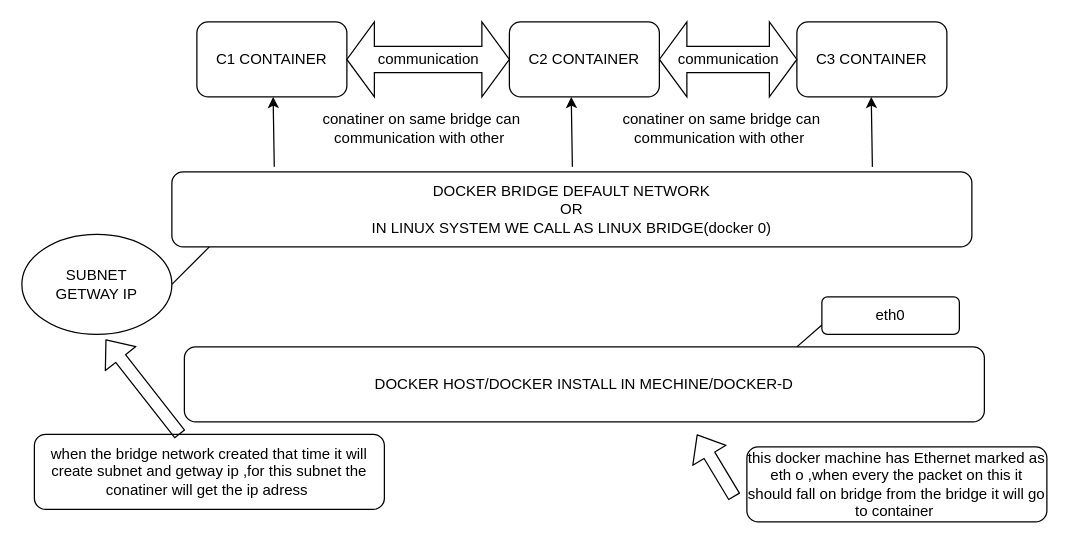
This is dockernetworking.drawio from ashisnishanka/AWS, a draw.io file, before an edit. Source tidied: cells renumbered, new cells numbered last; positions are measured from the earlier drawing's top-left corner, leaving out a move shared by most shapes. Both pictures are drawn from the tidied source at 125%, with x=0, y=0 at pixel (21, 21).
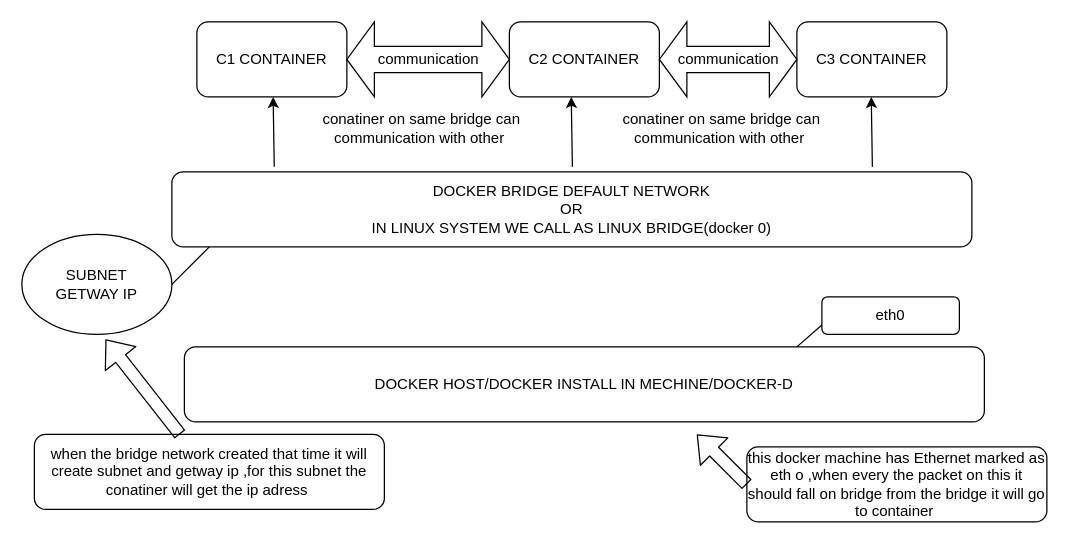
Above is the later version.

The change refers to these unchanged cells:
```xml
<mxCell id="16" value="this docker machine has Ethernet marked as eth o ,when every the packet on this it should fall on bridge from the bridge it will go to container&amp;nbsp;" style="rounded=1;whiteSpace=wrap;html=1;" parent="1" vertex="1">
  <mxGeometry x="580" y="340" width="240" height="60" as="geometry" />
</mxCell>
```

What changed in the source:
```diff
@@
-    <mxCell id="17" style="shape=flexArrow;endArrow=classic;html=1;" parent="1" edge="1">
+    <mxCell id="17" style="shape=flexArrow;endArrow=classic;html=1;exitX=0;exitY=0.5;exitDx=0;exitDy=0;" parent="1" edge="1" source="16">
       <mxGeometry relative="1" as="geometry">
-        <mxPoint x="570" y="380" as="sourcePoint" />
         <mxPoint x="540" y="330" as="targetPoint" />
+        <Array as="points">
+          <mxPoint x="540" y="330" />
+        </Array>
       </mxGeometry>
     </mxCell>
```
